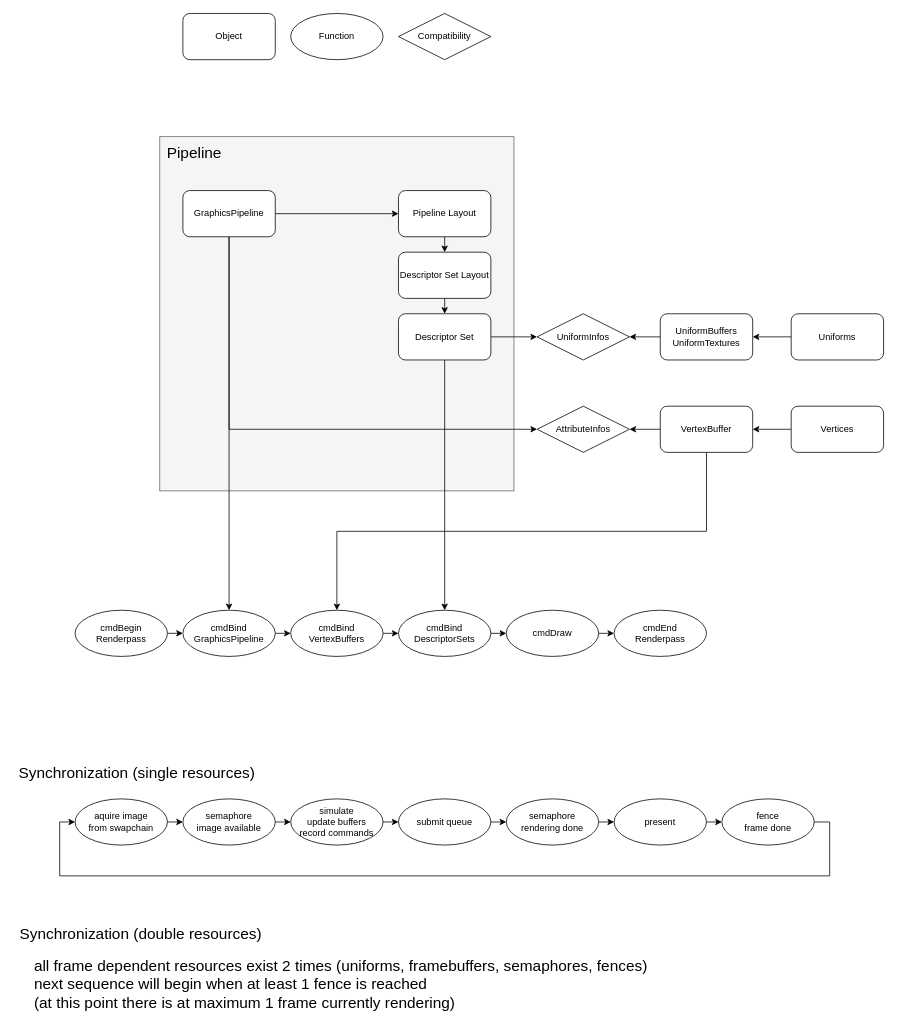
ichinii/vulkan keeps this draw.io diagram as design_mockup.drawio. Above is the earlier version. Source tidied: cells renumbered, new cells numbered last; positions are measured from the earlier drawing's top-left corner, leaving out a move shared by most shapes. Both pictures are drawn from the tidied source at 77%, with x=0, y=0 at pixel (13, 13).
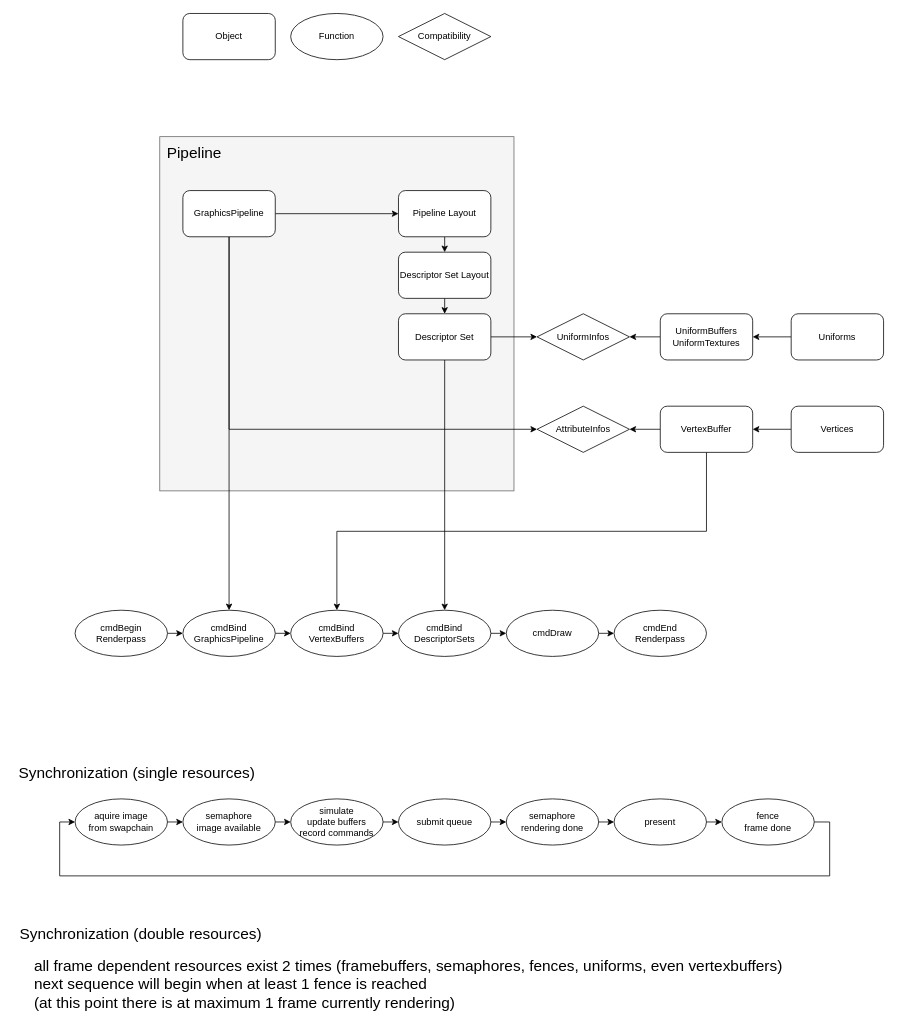
The same page after the edit.

The edit, as a diff of the source:
```diff
@@
-    <mxCell id="57" value="&lt;div&gt;all frame dependent resources exist 2 times (uniforms, framebuffers, semaphores, fences)&lt;/div&gt;&lt;div&gt;next sequence will begin when at least 1 fence is reached&lt;/div&gt;&lt;div&gt;(at this point there is at maximum 1 frame currently rendering)&lt;br&gt;&lt;/div&gt;" style="text;html=1;align=left;verticalAlign=middle;fontSize=20;" parent="1" vertex="1">
-      <mxGeometry x="25" y="1220" width="810" height="80" as="geometry" />
+    <mxCell id="57" value="&lt;div&gt;all frame dependent resources exist 2 times (framebuffers, semaphores, fences, uniforms, even vertexbuffers)&lt;/div&gt;&lt;div&gt;next sequence will begin when at least 1 fence is reached&lt;/div&gt;&lt;div&gt;(at this point there is at maximum 1 frame currently rendering)&lt;br&gt;&lt;/div&gt;" style="text;html=1;align=left;verticalAlign=middle;fontSize=20;" parent="1" vertex="1">
+      <mxGeometry x="25" y="1220" width="980" height="80" as="geometry" />
     </mxCell>
```
